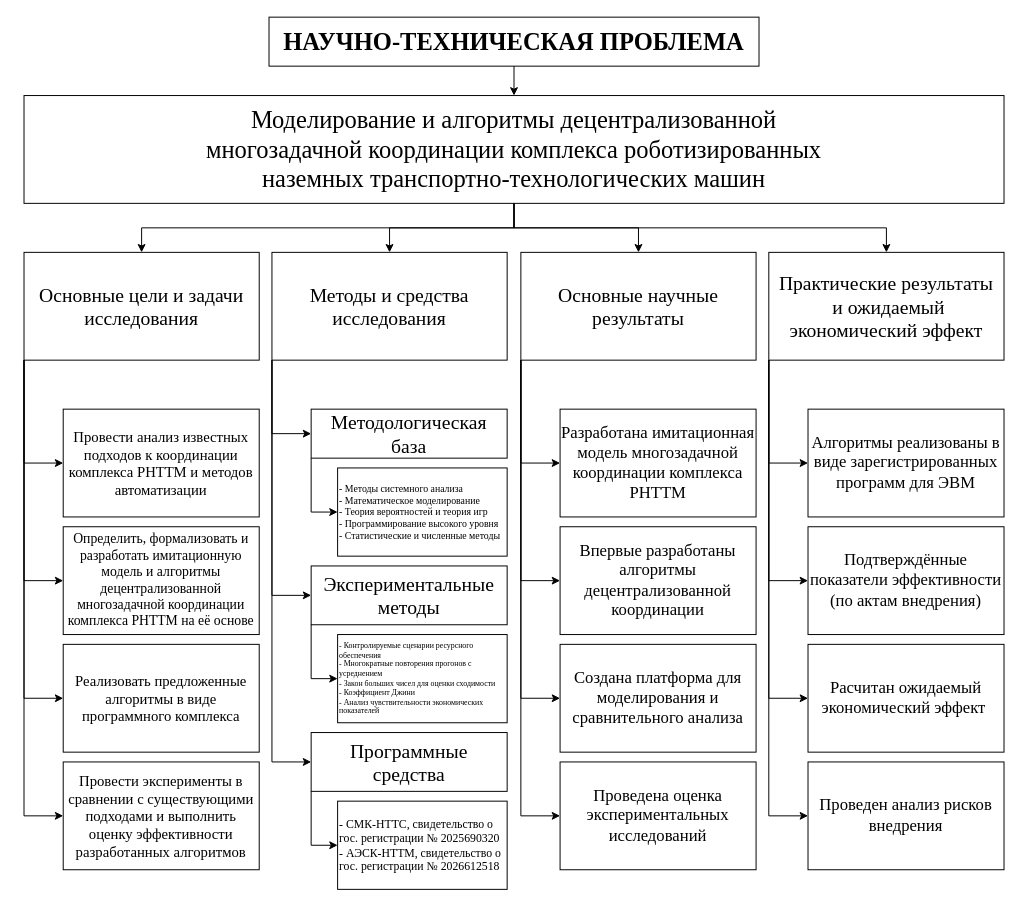
dreddsa5dies/phd keeps this draw.io diagram as Synopsis/images/scheme_ntp.drawio. Above is the earlier version. Source tidied: cells renumbered, new cells numbered last; positions are measured from the earlier drawing's top-left corner, leaving out a move shared by most shapes. Both pictures are drawn from the tidied source at 98%, with x=0, y=0 at pixel (24, 17).
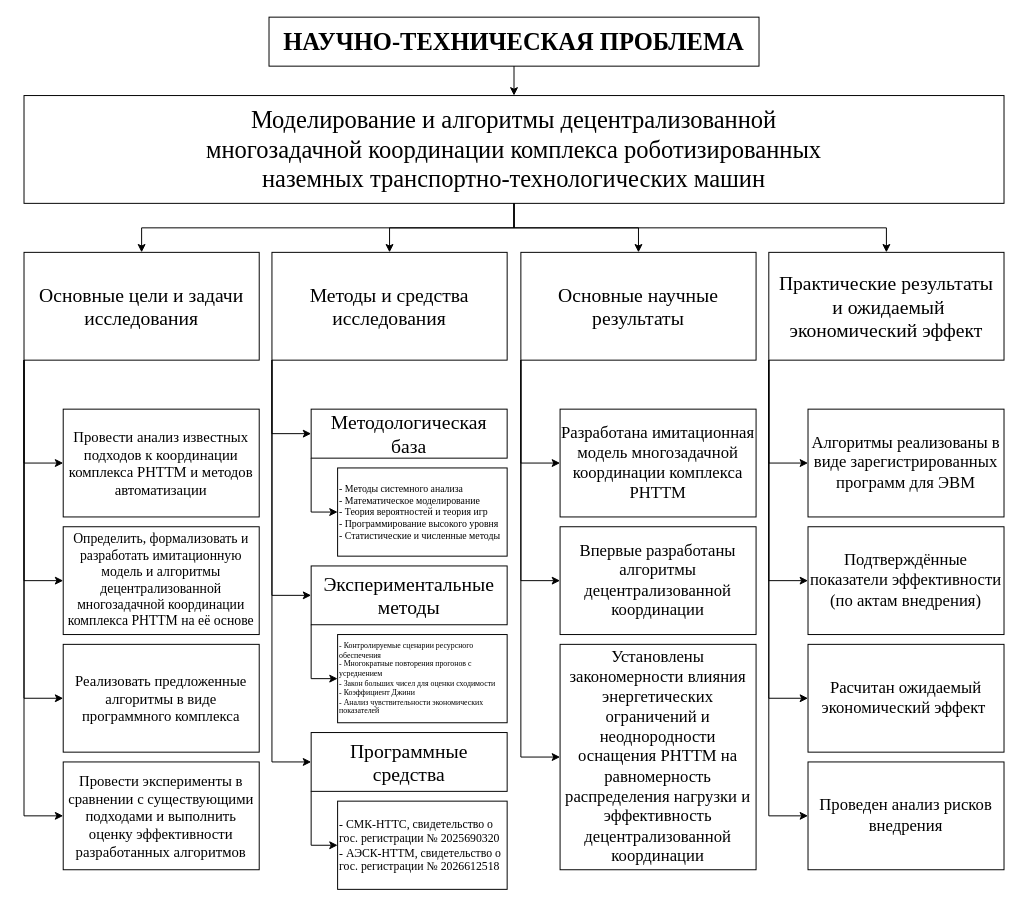
After the change.

The change refers to these unchanged cells:
```xml
<mxCell id="6" value="&lt;div style=&quot;font-size: 20px;&quot;&gt;&lt;div&gt;Основные научные результаты&lt;/div&gt;&lt;/div&gt;" style="rounded=0;whiteSpace=wrap;html=1;fontFamily=Times New Roman;fontStyle=0;" parent="1" vertex="1">
  <mxGeometry x="507" y="240" width="240" height="110" as="geometry" />
</mxCell>
```

The edit, as a diff of the source:
```diff
@@
-    <mxCell id="23" value="&lt;div&gt;&lt;span&gt;Создана платформа для моделирования и сравнительного анализа&lt;/span&gt;&lt;/div&gt;" style="rounded=0;whiteSpace=wrap;html=1;fontFamily=Times New Roman;fontStyle=0;fontSize=17;" parent="1" vertex="1">
-      <mxGeometry x="547" y="640" width="200" height="110" as="geometry" />
+    <mxCell id="23" value="&lt;div&gt;&lt;span&gt;Установлены закономерности влияния энергетических ограничений и неоднородности оснащения РНТТМ на равномерность распределения нагрузки и эффективность децентрализованной координации&lt;/span&gt;&lt;/div&gt;" style="rounded=0;whiteSpace=wrap;html=1;fontFamily=Times New Roman;fontStyle=0;fontSize=17;" parent="1" vertex="1">
+      <mxGeometry x="547" y="640" width="200" height="230" as="geometry" />
     </mxCell>
-    <mxCell id="24" value="&lt;div&gt;&lt;span&gt;Проведена оценка экспериментальных исследований&lt;/span&gt;&lt;/div&gt;" style="rounded=0;whiteSpace=wrap;html=1;fontFamily=Times New Roman;fontStyle=0;fontSize=17;" parent="1" vertex="1">
-      <mxGeometry x="547" y="760" width="200" height="110" as="geometry" />
-    </mxCell>
@@
-    <mxCell id="32" style="edgeStyle=orthogonalEdgeStyle;rounded=0;jettySize=auto;html=1;entryX=0;entryY=0.5;entryDx=0;entryDy=0;exitX=0;exitY=1;exitDx=0;exitDy=0;" parent="1" edge="1" source="6" target="24">
-      <mxGeometry relative="1" as="geometry" />
-    </mxCell>
```
